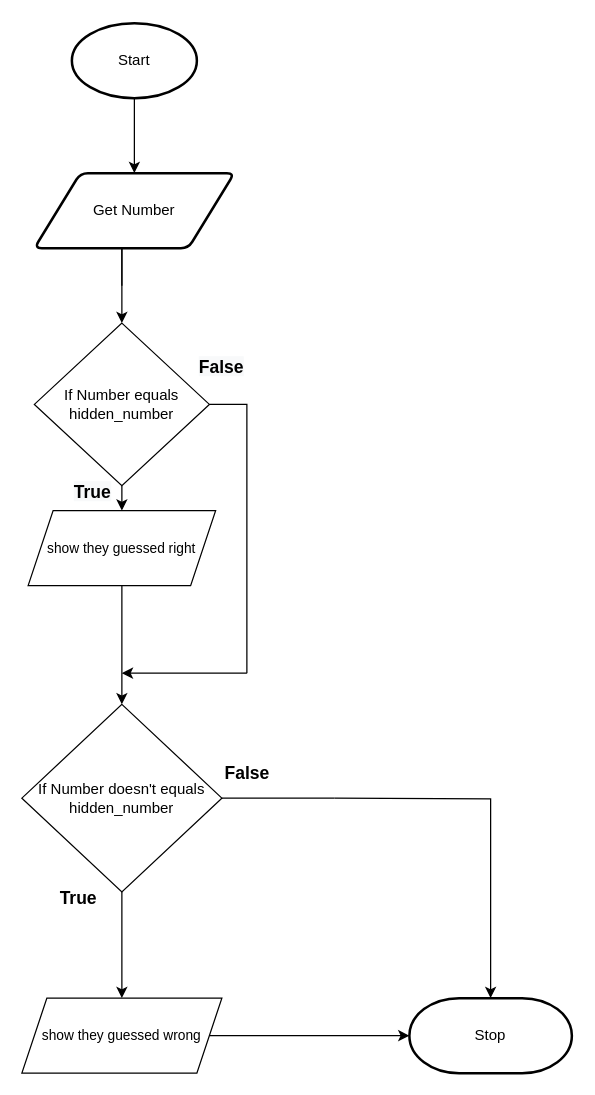
Before: flowchart.drawio in Ethan-Prieur1/ICS3U-Unit3-03-Python, a draw.io diagram. Source tidied: cells renumbered, new cells numbered last; positions are measured from the earlier drawing's top-left corner, leaving out a move shared by most shapes. Both pictures are drawn from the tidied source at 125%, with x=0, y=0 at pixel (21, 22).
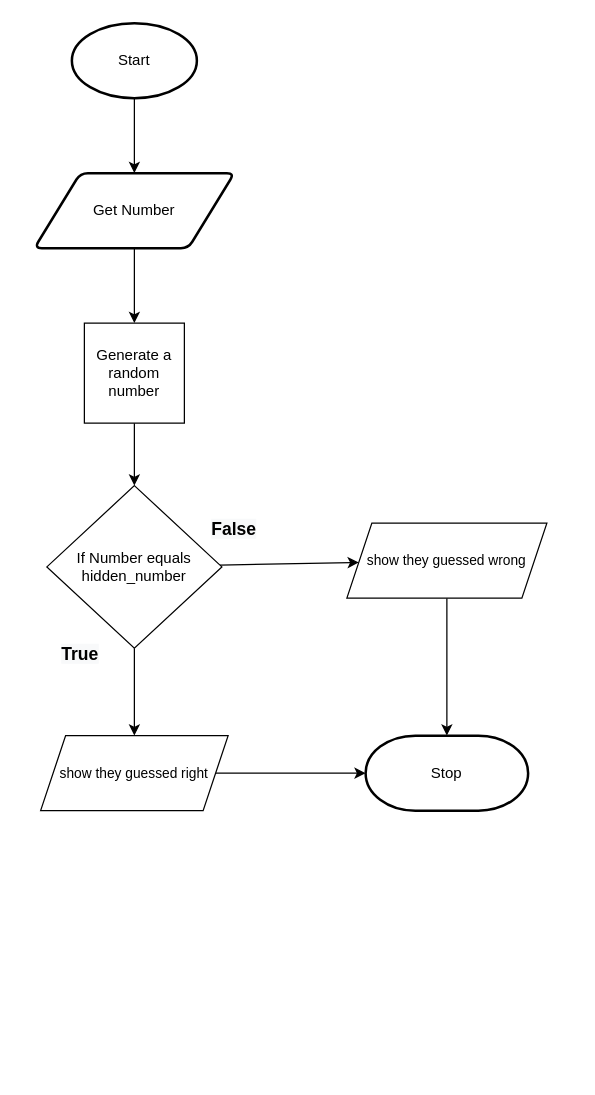
The same page after the edit.

The change refers to these unchanged cells:
```xml
<mxCell id="3" value="Start" style="strokeWidth=2;html=1;shape=mxgraph.flowchart.start_1;whiteSpace=wrap;" parent="1" vertex="1">
  <mxGeometry x="40" width="100" height="60" as="geometry" />
</mxCell>
<mxCell id="4" value="Get Number" style="shape=parallelogram;html=1;strokeWidth=2;perimeter=parallelogramPerimeter;whiteSpace=wrap;rounded=1;arcSize=12;size=0.23;" parent="1" vertex="1">
  <mxGeometry x="10" y="120" width="160" height="60" as="geometry" />
</mxCell>
```

What changed in the source:
```diff
@@
-    <mxCell id="2" style="edgeStyle=none;html=1;exitX=0.5;exitY=1;exitDx=0;exitDy=0;exitPerimeter=0;entryX=0.5;entryY=0;entryDx=0;entryDy=0;" parent="1" edge="1" source="3" target="4">
+    <mxCell id="2" style="edgeStyle=none;html=1;" parent="1" edge="1" source="3" target="4">
       <mxGeometry relative="1" as="geometry" />
     </mxCell>
@@
+    <mxCell id="24" style="edgeStyle=none;html=1;" parent="1" edge="1" source="4" target="28">
+      <mxGeometry relative="1" as="geometry" />
+    </mxCell>
@@
     <mxCell id="5" value="Stop" style="strokeWidth=2;html=1;shape=mxgraph.flowchart.terminator;whiteSpace=wrap;" parent="1" vertex="1">
-      <mxGeometry x="310" y="780" width="130" height="60" as="geometry" />
+      <mxGeometry x="275" y="570" width="130" height="60" as="geometry" />
     </mxCell>
+    <mxCell id="15" style="edgeStyle=none;html=1;" parent="1" edge="1" source="6" target="12">
+      <mxGeometry relative="1" as="geometry" />
+    </mxCell>
+    <mxCell id="25" style="edgeStyle=none;html=1;" parent="1" edge="1" source="6" target="14">
+      <mxGeometry relative="1" as="geometry" />
+    </mxCell>
     <mxCell id="6" value="If Number equals hidden_number" style="rhombus;whiteSpace=wrap;html=1;" parent="1" vertex="1">
-      <mxGeometry x="10" y="240" width="140" height="130" as="geometry" />
+      <mxGeometry x="20" y="370" width="140" height="130" as="geometry" />
     </mxCell>
-    <mxCell id="7" style="edgeStyle=none;rounded=1;html=1;labelBackgroundColor=default;fontFamily=Helvetica;fontSize=11;fontColor=default;endArrow=classic;strokeColor=default;elbow=vertical;" parent="1" edge="1" source="8" target="14">
-      <mxGeometry relative="1" as="geometry" />
-    </mxCell>
-    <mxCell id="8" value="If Number doesn't equals hidden_number" style="rhombus;whiteSpace=wrap;html=1;" parent="1" vertex="1">
-      <mxGeometry y="545" width="160" height="150" as="geometry" />
-    </mxCell>
-    <mxCell id="9" style="endArrow=none;html=1;" parent="1" edge="1">
-      <mxGeometry relative="1" as="geometry">
-        <mxPoint x="80" y="210" as="sourcePoint" />
-        <mxPoint x="80" y="180" as="targetPoint" />
-      </mxGeometry>
-    </mxCell>
-    <mxCell id="10" style="endArrow=classic;html=1;rounded=1;labelBackgroundColor=default;fontFamily=Helvetica;fontSize=11;fontColor=default;strokeColor=default;elbow=vertical;" parent="1" edge="1" target="6">
-      <mxGeometry relative="1" as="geometry">
-        <mxPoint x="80" y="180" as="sourcePoint" />
-        <Array as="points">
-          <mxPoint x="80" y="210" />
-        </Array>
-      </mxGeometry>
-    </mxCell>
-    <mxCell id="11" style="edgeStyle=none;rounded=1;html=1;labelBackgroundColor=default;fontFamily=Helvetica;fontSize=11;fontColor=default;endArrow=classic;strokeColor=default;elbow=vertical;" parent="1" edge="1" source="12" target="8">
-      <mxGeometry relative="1" as="geometry" />
-    </mxCell>
+    <mxCell id="26" style="edgeStyle=none;html=1;" parent="1" edge="1" source="12" target="5">
+      <mxGeometry relative="1" as="geometry" />
+    </mxCell>
     <mxCell id="12" value="show they guessed right" style="shape=parallelogram;perimeter=parallelogramPerimeter;whiteSpace=wrap;html=1;fixedSize=1;fontFamily=Helvetica;fontSize=11;fontColor=default;" parent="1" vertex="1">
-      <mxGeometry x="5" y="390" width="150" height="60" as="geometry" />
+      <mxGeometry x="15" y="570" width="150" height="60" as="geometry" />
     </mxCell>
-    <mxCell id="13" style="edgeStyle=none;rounded=1;html=1;labelBackgroundColor=default;fontFamily=Helvetica;fontSize=11;fontColor=default;endArrow=classic;strokeColor=default;elbow=vertical;" parent="1" edge="1" source="14" target="5">
+    <mxCell id="13" style="edgeStyle=none;html=1;" parent="1" edge="1" source="14" target="5">
       <mxGeometry relative="1" as="geometry" />
     </mxCell>
     <mxCell id="14" value="show they guessed wrong" style="shape=parallelogram;perimeter=parallelogramPerimeter;whiteSpace=wrap;html=1;fixedSize=1;fontFamily=Helvetica;fontSize=11;fontColor=default;" parent="1" vertex="1">
-      <mxGeometry y="780" width="160" height="60" as="geometry" />
+      <mxGeometry x="260" y="400" width="160" height="60" as="geometry" />
     </mxCell>
-    <mxCell id="15" style="endArrow=classic;html=1;rounded=1;labelBackgroundColor=default;fontFamily=Helvetica;fontSize=11;fontColor=default;strokeColor=default;elbow=vertical;exitX=0.5;exitY=1;exitDx=0;exitDy=0;entryX=0.5;entryY=0;entryDx=0;entryDy=0;" parent="1" edge="1" source="6" target="12">
-      <mxGeometry relative="1" as="geometry" />
-    </mxCell>
-    <mxCell id="16" style="endArrow=none;html=1;rounded=0;labelBackgroundColor=default;fontFamily=Helvetica;fontSize=11;fontColor=default;strokeColor=default;elbow=vertical;exitX=1;exitY=0.5;exitDx=0;exitDy=0;" parent="1" edge="1" source="6">
-      <mxGeometry relative="1" as="geometry">
-        <mxPoint x="180" y="510" as="targetPoint" />
-        <Array as="points">
-          <mxPoint x="180" y="305" />
-          <mxPoint x="180" y="520" />
-        </Array>
-      </mxGeometry>
-    </mxCell>
-    <mxCell id="17" style="endArrow=classic;html=1;rounded=1;labelBackgroundColor=default;fontFamily=Helvetica;fontSize=11;fontColor=default;strokeColor=default;elbow=vertical;" parent="1" edge="1">
-      <mxGeometry relative="1" as="geometry">
-        <mxPoint x="180" y="520" as="sourcePoint" />
-        <mxPoint x="80" y="520" as="targetPoint" />
-      </mxGeometry>
-    </mxCell>
-    <mxCell id="18" style="endArrow=none;html=1;rounded=0;labelBackgroundColor=default;fontFamily=Helvetica;fontSize=11;fontColor=default;strokeColor=default;elbow=vertical;exitX=1;exitY=0.5;exitDx=0;exitDy=0;" parent="1" edge="1" source="8">
-      <mxGeometry relative="1" as="geometry">
-        <mxPoint x="250" y="620" as="targetPoint" />
-      </mxGeometry>
-    </mxCell>
-    <mxCell id="19" style="endArrow=classic;html=1;rounded=0;labelBackgroundColor=default;fontFamily=Helvetica;fontSize=11;fontColor=default;strokeColor=default;elbow=vertical;entryX=0.5;entryY=0;entryDx=0;entryDy=0;entryPerimeter=0;edgeStyle=orthogonalEdgeStyle;" parent="1" edge="1" target="5">
-      <mxGeometry relative="1" as="geometry">
-        <mxPoint x="250" y="620" as="sourcePoint" />
-      </mxGeometry>
-    </mxCell>
-    <mxCell id="20" value="&lt;font style=&quot;font-size: 14px&quot;&gt;&lt;b&gt;False&lt;/b&gt;&lt;/font&gt;" style="text;html=1;align=center;verticalAlign=middle;strokeColor=none;fillColor=none;fontSize=11;fontFamily=Helvetica;fontColor=default;" parent="1" vertex="1">
-      <mxGeometry x="155" y="590" width="50" height="20" as="geometry" />
-    </mxCell>
     <mxCell id="21" value="&lt;b style=&quot;color: rgb(0, 0, 0); font-family: helvetica; font-size: 14px; font-style: normal; letter-spacing: normal; text-align: center; text-indent: 0px; text-transform: none; word-spacing: 0px; background-color: rgb(248, 249, 250);&quot;&gt;False&lt;/b&gt;" style="text;whiteSpace=wrap;html=1;fontSize=14;fontFamily=Helvetica;fontColor=default;" parent="1" vertex="1">
-      <mxGeometry x="140" y="260" width="60" height="30" as="geometry" />
+      <mxGeometry x="150" y="390" width="60" height="30" as="geometry" />
     </mxCell>
-    <mxCell id="22" value="&lt;b&gt;True&lt;/b&gt;" style="text;html=1;align=center;verticalAlign=middle;strokeColor=none;fillColor=none;fontSize=14;fontFamily=Helvetica;fontColor=default;" parent="1" vertex="1">
-      <mxGeometry x="20" y="690" width="50" height="20" as="geometry" />
-    </mxCell>
     <mxCell id="23" value="&lt;b style=&quot;color: rgb(0, 0, 0); font-family: helvetica; font-size: 14px; font-style: normal; letter-spacing: normal; text-align: center; text-indent: 0px; text-transform: none; word-spacing: 0px; background-color: rgb(248, 249, 250);&quot;&gt;True&lt;/b&gt;" style="text;whiteSpace=wrap;html=1;fontSize=14;fontFamily=Helvetica;fontColor=default;" parent="1" vertex="1">
-      <mxGeometry x="40" y="360" width="60" height="30" as="geometry" />
+      <mxGeometry x="30" y="490" width="60" height="30" as="geometry" />
     </mxCell>
+    <mxCell id="27" style="edgeStyle=none;html=1;" parent="1" edge="1" source="28" target="6">
+      <mxGeometry relative="1" as="geometry" />
+    </mxCell>
+    <mxCell id="28" value="Generate a random number" style="whiteSpace=wrap;html=1;" parent="1" vertex="1">
+      <mxGeometry x="50" y="240" width="80" height="80" as="geometry" />
+    </mxCell>
```
